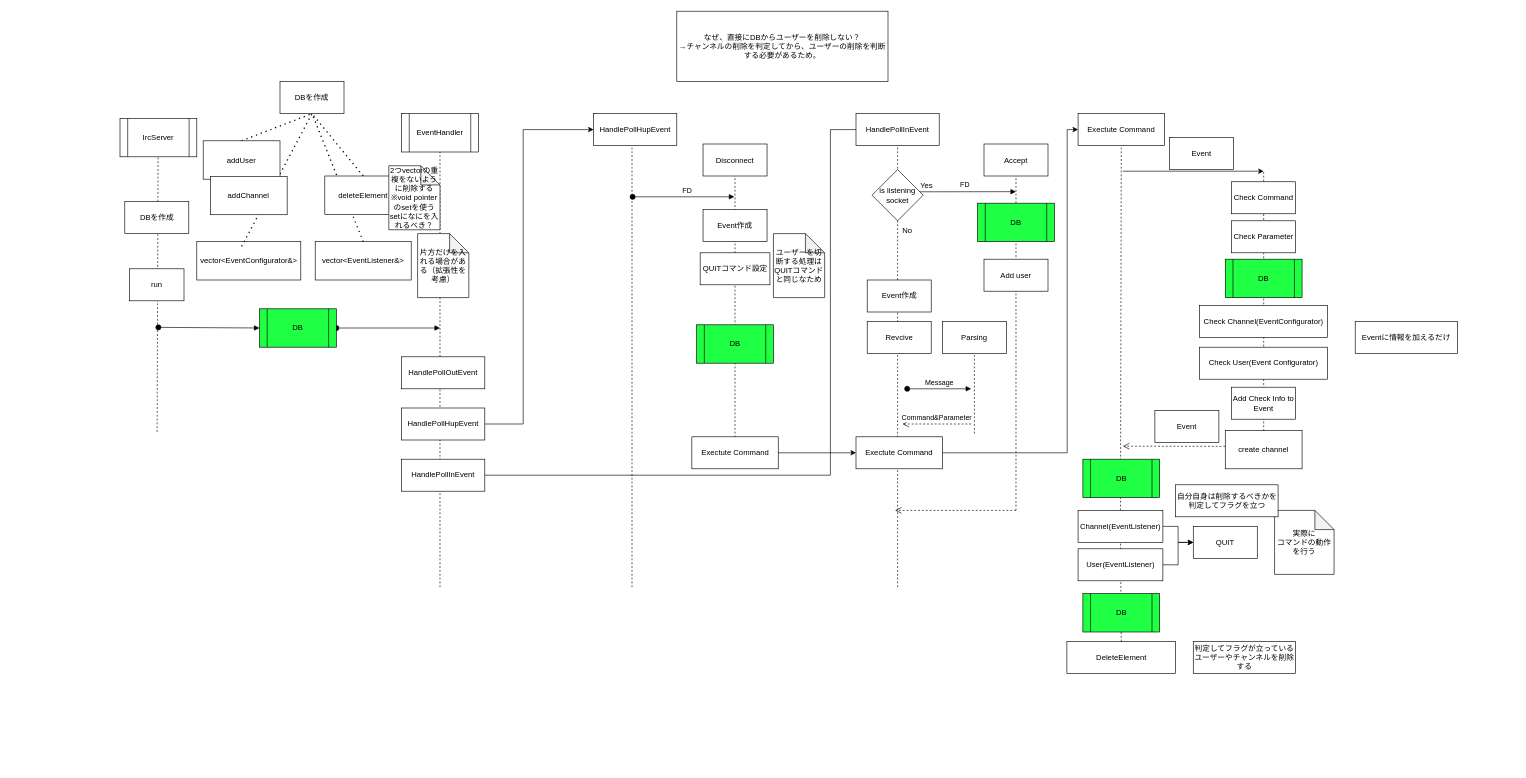
The draw.io diagram docs/Untitled Diagram.drawio in IRC-WIR/ft_irc, before the edit. Source tidied: cells renumbered, new cells numbered last; positions are measured from the earlier drawing's top-left corner, leaving out a move shared by most shapes. Both pictures are drawn from the tidied source at 64%, with x=0, y=0 at pixel (120, 11).
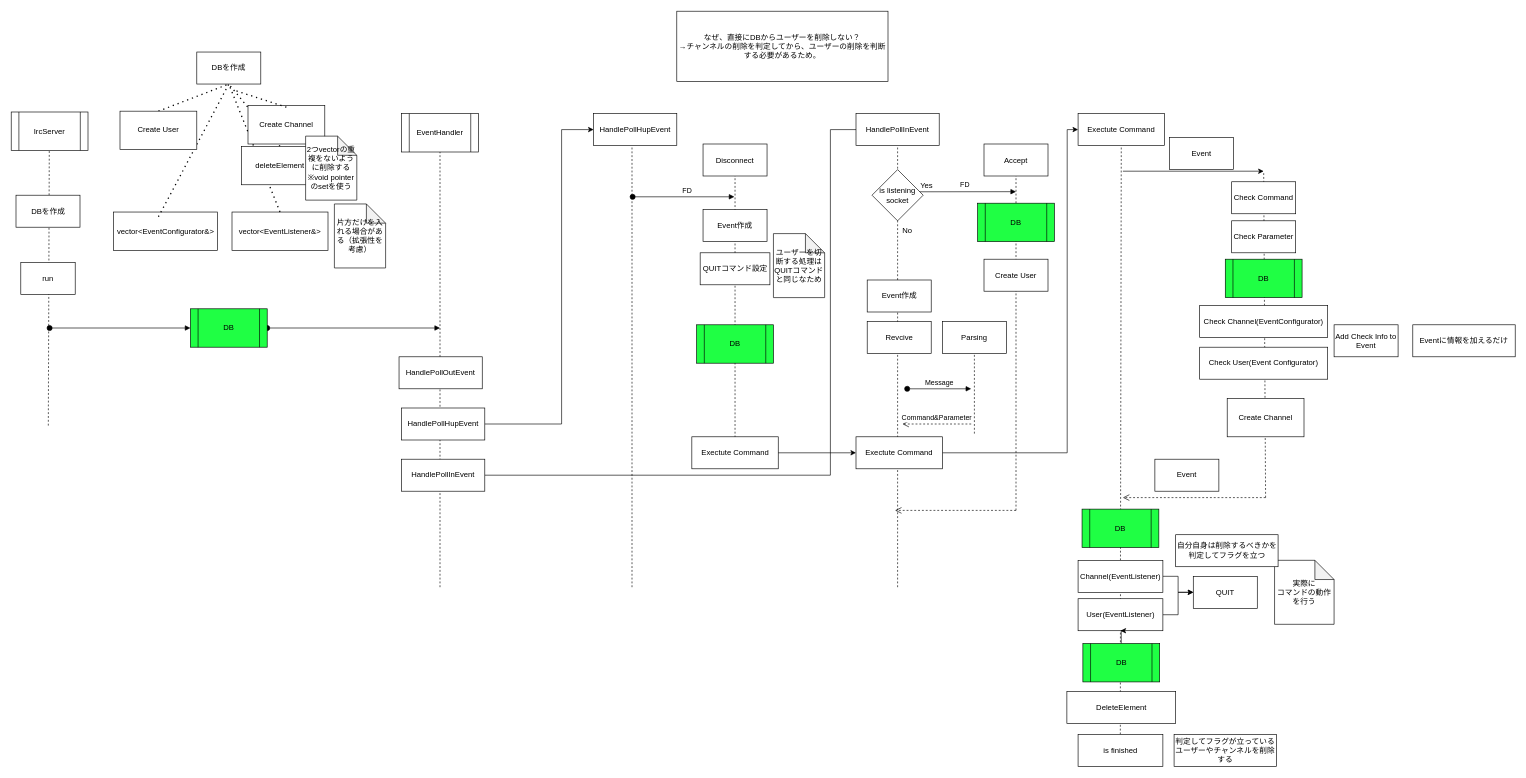
Above is the later version.

Unchanged cells that the change refers to:
```xml
<mxCell id="12" value="HandlePollHupEvent" style="rounded=0;whiteSpace=wrap;html=1;" parent="1" vertex="1">
  <mxGeometry x="440" y="620" width="130" height="50" as="geometry" />
</mxCell>
<mxCell id="62" value="HandlePollHupEvent" style="rounded=0;whiteSpace=wrap;html=1;" parent="1" vertex="1">
  <mxGeometry x="740" y="160" width="130" height="50" as="geometry" />
</mxCell>
```

Change to the diagram source:
```diff
@@
     <mxCell id="4" value="IrcServer" style="shape=process;whiteSpace=wrap;html=1;backgroundOutline=1;" parent="1" vertex="1">
-      <mxGeometry y="167.5" width="120" height="60" as="geometry" />
+      <mxGeometry x="-170" y="157.5" width="120" height="60" as="geometry" />
     </mxCell>
     <mxCell id="5" style="endArrow=none;dashed=1;html=1;rounded=0;entryX=0.5;entryY=1;entryDx=0;entryDy=0;" parent="1" edge="1">
       <mxGeometry relative="1" as="geometry">
-        <mxPoint x="58" y="657.5" as="sourcePoint" />
-        <mxPoint x="59.5" y="227.5" as="targetPoint" />
+        <mxPoint x="-112" y="647.5" as="sourcePoint" />
+        <mxPoint x="-110.5" y="217.5" as="targetPoint" />
       </mxGeometry>
     </mxCell>
     <mxCell id="6" value="DBを作成" style="rounded=0;whiteSpace=wrap;html=1;fontStyle=0;" parent="1" vertex="1">
-      <mxGeometry x="7.5" y="297.5" width="100" height="50" as="geometry" />
+      <mxGeometry x="-162.5" y="287.5" width="100" height="50" as="geometry" />
     </mxCell>
     <mxCell id="7" value="run" style="rounded=0;whiteSpace=wrap;html=1;" parent="1" vertex="1">
-      <mxGeometry x="15" y="402.5" width="85" height="50" as="geometry" />
+      <mxGeometry x="-155" y="392.5" width="85" height="50" as="geometry" />
     </mxCell>
@@
     <mxCell id="10" value="HandlePollOutEvent" style="rounded=0;whiteSpace=wrap;html=1;" parent="1" vertex="1">
-      <mxGeometry x="440" y="540" width="130" height="50" as="geometry" />
+      <mxGeometry x="436" y="540" width="130" height="50" as="geometry" />
     </mxCell>
     <mxCell id="11" style="edgeStyle=orthogonalEdgeStyle;rounded=0;jettySize=auto;html=1;entryX=0;entryY=0.5;entryDx=0;entryDy=0;" parent="1" edge="1" source="12" target="62">
       <mxGeometry relative="1" as="geometry">
         <Array as="points">
-          <mxPoint x="630" y="645" />
-          <mxPoint x="630" y="185" />
+          <mxPoint x="690" y="645" />
+          <mxPoint x="690" y="185" />
         </Array>
       </mxGeometry>
     </mxCell>
@@
-    <mxCell id="25" value="DeleteElement" style="rounded=0;whiteSpace=wrap;html=1;" parent="1" vertex="1">
-      <mxGeometry x="1479.5" y="985" width="170" height="50" as="geometry" />
-    </mxCell>
@@
-    <mxCell id="29" value="Add user" style="rounded=0;whiteSpace=wrap;html=1;" parent="1" vertex="1">
+    <mxCell id="29" value="Create User" style="rounded=0;whiteSpace=wrap;html=1;" parent="1" vertex="1">
       <mxGeometry x="1350" y="387.5" width="100" height="50" as="geometry" />
     </mxCell>
@@
     <mxCell id="31" style="endArrow=none;dashed=1;html=1;rounded=0;" parent="1" edge="1">
       <mxGeometry relative="1" as="geometry">
-        <mxPoint x="1787" y="680" as="sourcePoint" />
+        <mxPoint x="1790" y="760" as="sourcePoint" />
         <mxPoint x="1787" y="250" as="targetPoint" />
       </mxGeometry>
     </mxCell>
@@
-    <mxCell id="34" value="Add Check Info to Event" style="rounded=0;whiteSpace=wrap;html=1;" parent="1" vertex="1">
-      <mxGeometry x="1737" y="587.5" width="100" height="50" as="geometry" />
-    </mxCell>
@@
     <mxCell id="36" style="html=1;verticalAlign=bottom;endArrow=open;dashed=1;endSize=8;curved=0;rounded=0;" parent="1" edge="1">
       <mxGeometry relative="1" as="geometry">
-        <mxPoint x="1787" y="680" as="sourcePoint" />
-        <mxPoint x="1567" y="679.7" as="targetPoint" />
+        <mxPoint x="1790" y="760" as="sourcePoint" />
+        <mxPoint x="1567" y="760" as="targetPoint" />
       </mxGeometry>
     </mxCell>
     <mxCell id="37" value="Event" style="rounded=0;whiteSpace=wrap;html=1;" parent="1" vertex="1">
-      <mxGeometry x="1617" y="624" width="100" height="50" as="geometry" />
+      <mxGeometry x="1617" y="700" width="100" height="50" as="geometry" />
     </mxCell>
@@
     <mxCell id="41" style="html=1;verticalAlign=bottom;startArrow=oval;startFill=1;endArrow=block;startSize=8;curved=0;rounded=0;entryX=0;entryY=0.5;entryDx=0;entryDy=0;" parent="1" edge="1" target="42">
       <mxGeometry relative="1" as="geometry">
-        <mxPoint x="60" y="494" as="sourcePoint" />
+        <mxPoint x="-110" y="495" as="sourcePoint" />
       </mxGeometry>
     </mxCell>
     <mxCell id="42" value="DB" style="shape=process;whiteSpace=wrap;html=1;backgroundOutline=1;fillColor=#1FFF44;" parent="1" vertex="1">
-      <mxGeometry x="218" y="465" width="120" height="60" as="geometry" />
+      <mxGeometry x="110" y="465" width="120" height="60" as="geometry" />
     </mxCell>
     <mxCell id="43" value="DBを作成" style="rounded=0;whiteSpace=wrap;html=1;fontStyle=0;" parent="1" vertex="1">
-      <mxGeometry x="250" y="110" width="100" height="50" as="geometry" />
+      <mxGeometry x="120" y="63.8" width="100" height="50" as="geometry" />
     </mxCell>
@@
     <mxCell id="46" value="vector&amp;lt;EventConfigurator&amp;amp;&amp;gt;" style="rounded=0;whiteSpace=wrap;html=1;" parent="1" vertex="1">
-      <mxGeometry x="120" y="360" width="162.5" height="60" as="geometry" />
+      <mxGeometry x="-10" y="313.8" width="162.5" height="60" as="geometry" />
     </mxCell>
     <mxCell id="47" value="vector&amp;lt;EventListener&amp;amp;&amp;gt;" style="rounded=0;whiteSpace=wrap;html=1;" parent="1" vertex="1">
-      <mxGeometry x="305" y="360" width="150" height="60" as="geometry" />
+      <mxGeometry x="175" y="313.8" width="150" height="60" as="geometry" />
     </mxCell>
     <mxCell id="48" style="endArrow=none;dashed=1;html=1;dashPattern=1 3;strokeWidth=2;rounded=0;exitX=0.5;exitY=0;exitDx=0;exitDy=0;" parent="1" edge="1">
       <mxGeometry relative="1" as="geometry">
-        <mxPoint x="190" y="367.5" as="sourcePoint" />
-        <mxPoint x="300" y="160" as="targetPoint" />
+        <mxPoint x="60" y="321.2" as="sourcePoint" />
+        <mxPoint x="170" y="113.8" as="targetPoint" />
         <Array as="points">
-          <mxPoint x="210" y="330" />
+          <mxPoint x="80" y="283.8" />
         </Array>
       </mxGeometry>
     </mxCell>
@@
     <mxCell id="50" value="deleteElement" style="rounded=0;whiteSpace=wrap;html=1;" parent="1" vertex="1">
-      <mxGeometry x="320" y="257.5" width="120" height="60" as="geometry" />
+      <mxGeometry x="190" y="211.2" width="120" height="60" as="geometry" />
     </mxCell>
-    <mxCell id="51" value="addUser" style="rounded=0;whiteSpace=wrap;html=1;" parent="1" vertex="1">
-      <mxGeometry x="130" y="202.5" width="120" height="60" as="geometry" />
+    <mxCell id="51" value="Create User" style="rounded=0;whiteSpace=wrap;html=1;" parent="1" vertex="1">
+      <mxGeometry y="156.2" width="120" height="60" as="geometry" />
     </mxCell>
@@
     <mxCell id="54" value="DB" style="shape=process;whiteSpace=wrap;html=1;backgroundOutline=1;fillColor=#1FFF44;" parent="1" vertex="1">
-      <mxGeometry x="1504.5" y="700" width="120" height="60" as="geometry" />
+      <mxGeometry x="1503.2" y="778" width="120" height="60" as="geometry" />
     </mxCell>
-    <mxCell id="55" style="endArrow=none;dashed=1;html=1;rounded=0;entryX=0.5;entryY=1;entryDx=0;entryDy=0;exitX=0.5;exitY=0;exitDx=0;exitDy=0;" parent="1" edge="1" source="25" target="57">
-      <mxGeometry relative="1" as="geometry" />
+    <mxCell id="55" style="endArrow=none;dashed=1;html=1;rounded=0;entryX=0.5;entryY=1;entryDx=0;entryDy=0;" parent="1" edge="1" target="57">
+      <mxGeometry relative="1" as="geometry">
+        <mxPoint x="1563" y="1160" as="sourcePoint" />
+      </mxGeometry>
     </mxCell>
@@
     <mxCell id="57" value="Channel(EventListener)" style="rounded=0;whiteSpace=wrap;html=1;" parent="1" vertex="1">
-      <mxGeometry x="1497" y="780" width="132.5" height="50" as="geometry" />
+      <mxGeometry x="1497" y="858" width="132.5" height="50" as="geometry" />
     </mxCell>
@@
     <mxCell id="59" value="User(EventListener)" style="rounded=0;whiteSpace=wrap;html=1;" parent="1" vertex="1">
-      <mxGeometry x="1497" y="840" width="132.5" height="50" as="geometry" />
+      <mxGeometry x="1497" y="918" width="132.5" height="50" as="geometry" />
     </mxCell>
+    <mxCell id="86" style="edgeStyle=orthogonalEdgeStyle;rounded=0;jettySize=auto;html=1;" parent="1" edge="1" source="60" target="59">
+      <mxGeometry relative="1" as="geometry" />
+    </mxCell>
     <mxCell id="60" value="DB" style="shape=process;whiteSpace=wrap;html=1;backgroundOutline=1;fillColor=#1FFF44;" parent="1" vertex="1">
-      <mxGeometry x="1504.5" y="910" width="120" height="60" as="geometry" />
+      <mxGeometry x="1504.5" y="988" width="120" height="60" as="geometry" />
     </mxCell>
@@
     <mxCell id="71" value="Eventに情報を加えるだけ" style="rounded=0;whiteSpace=wrap;html=1;" parent="1" vertex="1">
-      <mxGeometry x="1930" y="485" width="160" height="50" as="geometry" />
+      <mxGeometry x="2020" y="490" width="160" height="50" as="geometry" />
     </mxCell>
@@
     <mxCell id="75" value="&lt;div&gt;&lt;span style=&quot;background-color: initial;&quot;&gt;判定してフラグが立っているユーザーやチャンネルを削除する&lt;/span&gt;&lt;br&gt;&lt;/div&gt;" style="rounded=0;whiteSpace=wrap;html=1;" parent="1" vertex="1">
-      <mxGeometry x="1677" y="985" width="160" height="50" as="geometry" />
+      <mxGeometry x="1647" y="1130" width="160" height="50" as="geometry" />
     </mxCell>
-    <mxCell id="76" value="2つvectorの重複をないように削除する&lt;br&gt;※void pointerのsetを使う&lt;br&gt;setになにを入れるべき？" style="shape=note;whiteSpace=wrap;html=1;backgroundOutline=1;darkOpacity=0.05;" parent="1" vertex="1">
-      <mxGeometry x="420" y="241.5" width="80" height="100" as="geometry" />
-    </mxCell>
     <mxCell id="77" value="片方だけを入れる場合がある（拡張性を考慮）" style="shape=note;whiteSpace=wrap;html=1;backgroundOutline=1;darkOpacity=0.05;" parent="1" vertex="1">
-      <mxGeometry x="465" y="347.5" width="80" height="100" as="geometry" />
+      <mxGeometry x="335" y="301.2" width="80" height="100" as="geometry" />
     </mxCell>
@@
     <mxCell id="79" value="実際に&lt;div&gt;コマンドの動作を行う&lt;/div&gt;" style="shape=note;whiteSpace=wrap;html=1;backgroundOutline=1;darkOpacity=0.05;" parent="1" vertex="1">
-      <mxGeometry x="1804" y="780" width="93" height="100" as="geometry" />
+      <mxGeometry x="1804" y="858" width="93" height="100" as="geometry" />
     </mxCell>
@@
     <mxCell id="82" value="QUIT" style="rounded=0;whiteSpace=wrap;html=1;" parent="1" vertex="1">
-      <mxGeometry x="1677" y="805" width="100" height="50" as="geometry" />
+      <mxGeometry x="1677" y="883" width="100" height="50" as="geometry" />
     </mxCell>
     <mxCell id="83" value="自分自身は削除するべきかを判定してフラグを立つ" style="rounded=0;whiteSpace=wrap;html=1;" parent="1" vertex="1">
-      <mxGeometry x="1649.5" y="740" width="160" height="50" as="geometry" />
+      <mxGeometry x="1649.5" y="818" width="160" height="50" as="geometry" />
     </mxCell>
-    <mxCell id="84" value="addChannel" style="rounded=0;whiteSpace=wrap;html=1;" parent="1" vertex="1">
-      <mxGeometry x="141.2" y="258" width="120" height="60" as="geometry" />
+    <mxCell id="84" value="Create Channel" style="rounded=0;whiteSpace=wrap;html=1;" parent="1" vertex="1">
+      <mxGeometry x="200" y="147.5" width="120" height="60" as="geometry" />
     </mxCell>
+    <mxCell id="87" style="endArrow=none;dashed=1;html=1;dashPattern=1 3;strokeWidth=2;rounded=0;entryX=0.5;entryY=1;entryDx=0;entryDy=0;" parent="1" edge="1">
+      <mxGeometry relative="1" as="geometry">
+        <mxPoint x="260" y="150" as="sourcePoint" />
+        <mxPoint x="180" y="124" as="targetPoint" />
+      </mxGeometry>
+    </mxCell>
-    <mxCell id="85" value="create channel" style="rounded=0;whiteSpace=wrap;html=1;" parent="1" vertex="1">
-      <mxGeometry x="1727" y="655" width="120" height="60" as="geometry" />
+    <mxCell id="85" value="Create Channel" style="rounded=0;whiteSpace=wrap;html=1;" parent="1" vertex="1">
+      <mxGeometry x="1730" y="605" width="120" height="60" as="geometry" />
     </mxCell>
+    <mxCell id="34" value="Add Check Info to Event" style="rounded=0;whiteSpace=wrap;html=1;" parent="1" vertex="1">
+      <mxGeometry x="1897" y="490" width="100" height="50" as="geometry" />
+    </mxCell>
+    <mxCell id="76" value="2つvectorの重複をないように削除する&lt;br&gt;※void pointerのsetを使う" style="shape=note;whiteSpace=wrap;html=1;backgroundOutline=1;darkOpacity=0.05;" parent="1" vertex="1">
+      <mxGeometry x="290" y="195.2" width="80" height="100" as="geometry" />
+    </mxCell>
+    <mxCell id="25" value="DeleteElement" style="rounded=0;whiteSpace=wrap;html=1;" parent="1" vertex="1">
+      <mxGeometry x="1479.5" y="1063" width="170" height="50" as="geometry" />
+    </mxCell>
+    <mxCell id="88" value="is finished" style="rounded=0;whiteSpace=wrap;html=1;" parent="1" vertex="1">
+      <mxGeometry x="1497" y="1130" width="132.5" height="50" as="geometry" />
+    </mxCell>
```
